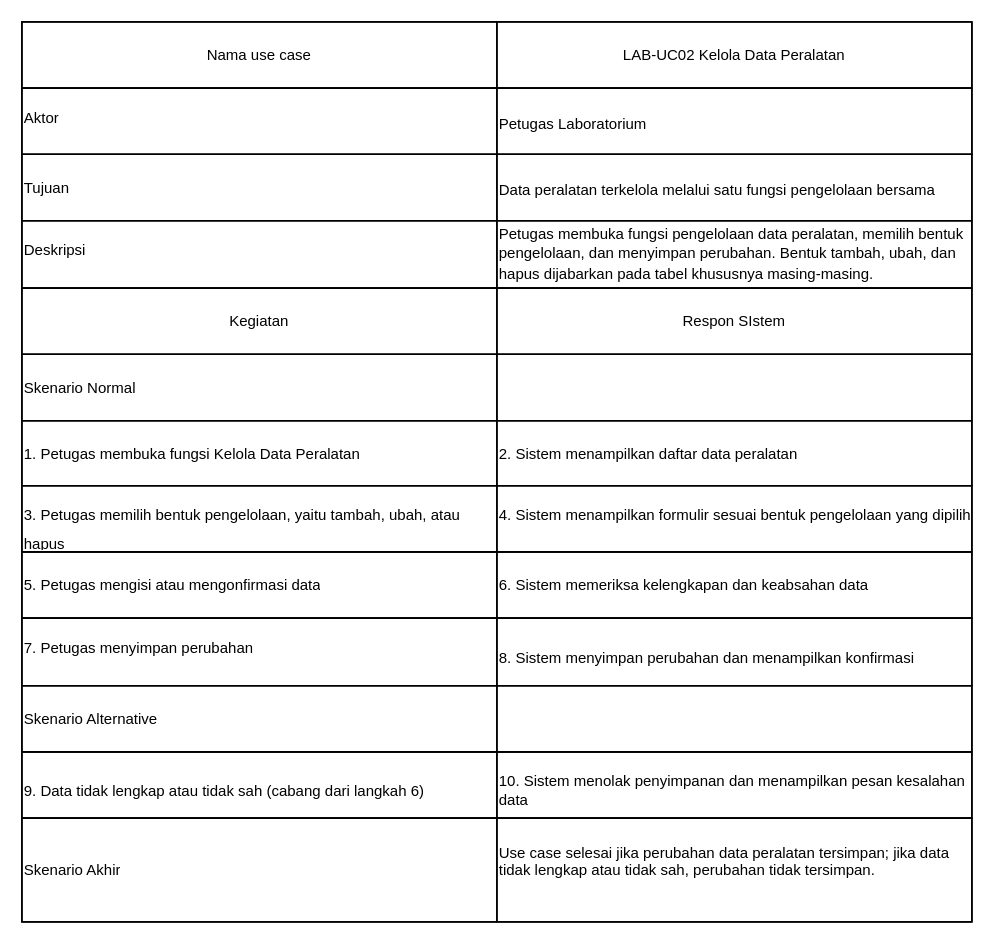
Before: page "Page-2" (2 of 12) of 04_model_analisis/P05/LAB/P05_2406033_LAB_skenario_v01.drawio in 2406033-Faisal/IFRWP5149_2406033_LabAlat, a draw.io diagram. Source tidied: cells renumbered, new cells numbered last; positions are measured from the earlier drawing's top-left corner, leaving out a move shared by most shapes. Both pictures are drawn from the tidied source at 125%, with x=0, y=0 at pixel (21, 21).
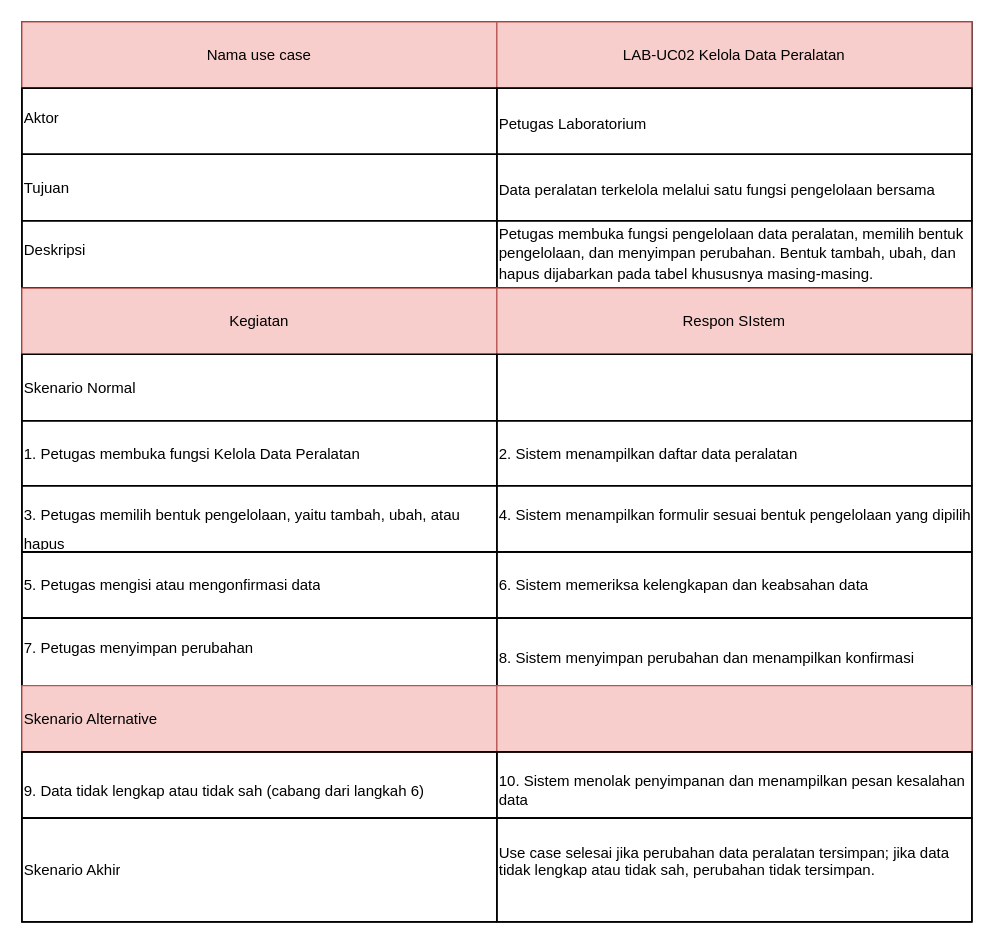
After the change.

The change refers to these unchanged cells:
```xml
<mxCell id="3" style="shape=tableRow;horizontal=0;startSize=0;swimlaneHead=0;swimlaneBody=0;strokeColor=inherit;fillColor=none;fixedHeader=1;fontFamily=Helvetica;" parent="2" vertex="1">
  <mxGeometry width="760" height="53" as="geometry" />
</mxCell>
<mxCell id="15" style="shape=tableRow;horizontal=0;startSize=0;swimlaneHead=0;swimlaneBody=0;strokeColor=inherit;fillColor=none;fixedHeader=1;fontFamily=Helvetica;" parent="2" vertex="1">
  <mxGeometry y="213" width="760" height="53" as="geometry" />
</mxCell>
<mxCell id="33" style="shape=tableRow;horizontal=0;startSize=0;swimlaneHead=0;swimlaneBody=0;strokeColor=inherit;fillColor=none;fixedHeader=1;fontFamily=Helvetica;" parent="2" vertex="1">
  <mxGeometry y="531" width="760" height="53" as="geometry" />
</mxCell>
```

The edit, as a diff of the source:
```diff
@@
-    <mxCell id="4" value="&lt;div align=&quot;center&quot;&gt;Nama use case&lt;/div&gt;" style="shape=partialRectangle;html=1;whiteSpace=wrap;strokeColor=inherit;overflow=hidden;fillColor=none;align=center;fontFamily=Helvetica;fontStyle=0;" parent="3" vertex="1">
+    <mxCell id="4" value="&lt;div align=&quot;center&quot;&gt;Nama use case&lt;/div&gt;" style="shape=partialRectangle;html=1;whiteSpace=wrap;strokeColor=#b85450;overflow=hidden;fillColor=#f8cecc;align=center;fontFamily=Helvetica;fontStyle=0;" parent="3" vertex="1">
       <mxGeometry width="380" height="53" as="geometry" />
     </mxCell>
-    <mxCell id="5" value="LAB-UC02 Kelola Data Peralatan" style="shape=partialRectangle;html=1;whiteSpace=wrap;strokeColor=inherit;overflow=hidden;fillColor=none;fontFamily=Helvetica;" parent="3" vertex="1">
+    <mxCell id="5" value="LAB-UC02 Kelola Data Peralatan" style="shape=partialRectangle;html=1;whiteSpace=wrap;strokeColor=#b85450;overflow=hidden;fillColor=#f8cecc;fontFamily=Helvetica;" parent="3" vertex="1">
       <mxGeometry x="380" width="380" height="53" as="geometry" />
     </mxCell>
@@
-    <mxCell id="16" value="Kegiatan" style="shape=partialRectangle;html=1;whiteSpace=wrap;strokeColor=inherit;overflow=hidden;fillColor=none;align=center;fontFamily=Helvetica;fontStyle=0;" parent="15" vertex="1">
+    <mxCell id="16" value="Kegiatan" style="shape=partialRectangle;html=1;whiteSpace=wrap;strokeColor=#b85450;overflow=hidden;fillColor=#f8cecc;align=center;fontFamily=Helvetica;fontStyle=0;" parent="15" vertex="1">
       <mxGeometry width="380" height="53" as="geometry" />
     </mxCell>
-    <mxCell id="17" value="Respon SIstem" style="shape=partialRectangle;html=1;whiteSpace=wrap;strokeColor=inherit;overflow=hidden;fillColor=none;fontFamily=Helvetica;" parent="15" vertex="1">
+    <mxCell id="17" value="Respon SIstem" style="shape=partialRectangle;html=1;whiteSpace=wrap;strokeColor=#b85450;overflow=hidden;fillColor=#f8cecc;fontFamily=Helvetica;" parent="15" vertex="1">
       <mxGeometry x="380" width="380" height="53" as="geometry" />
     </mxCell>
@@
-    <mxCell id="34" value="Skenario Alternative" style="shape=partialRectangle;html=1;whiteSpace=wrap;strokeColor=inherit;overflow=hidden;fillColor=none;align=left;fontFamily=Helvetica;fontStyle=0;" parent="33" vertex="1">
+    <mxCell id="34" value="Skenario Alternative" style="shape=partialRectangle;html=1;whiteSpace=wrap;strokeColor=#b85450;overflow=hidden;fillColor=#f8cecc;align=left;fontFamily=Helvetica;fontStyle=0;" parent="33" vertex="1">
       <mxGeometry width="380" height="53" as="geometry" />
     </mxCell>
-    <mxCell id="35" style="shape=partialRectangle;html=1;whiteSpace=wrap;strokeColor=inherit;overflow=hidden;fillColor=none;fontFamily=Helvetica;align=left;" parent="33" vertex="1">
+    <mxCell id="35" style="shape=partialRectangle;html=1;whiteSpace=wrap;strokeColor=#b85450;overflow=hidden;fillColor=#f8cecc;fontFamily=Helvetica;align=left;" parent="33" vertex="1">
       <mxGeometry x="380" width="380" height="53" as="geometry" />
     </mxCell>
```
